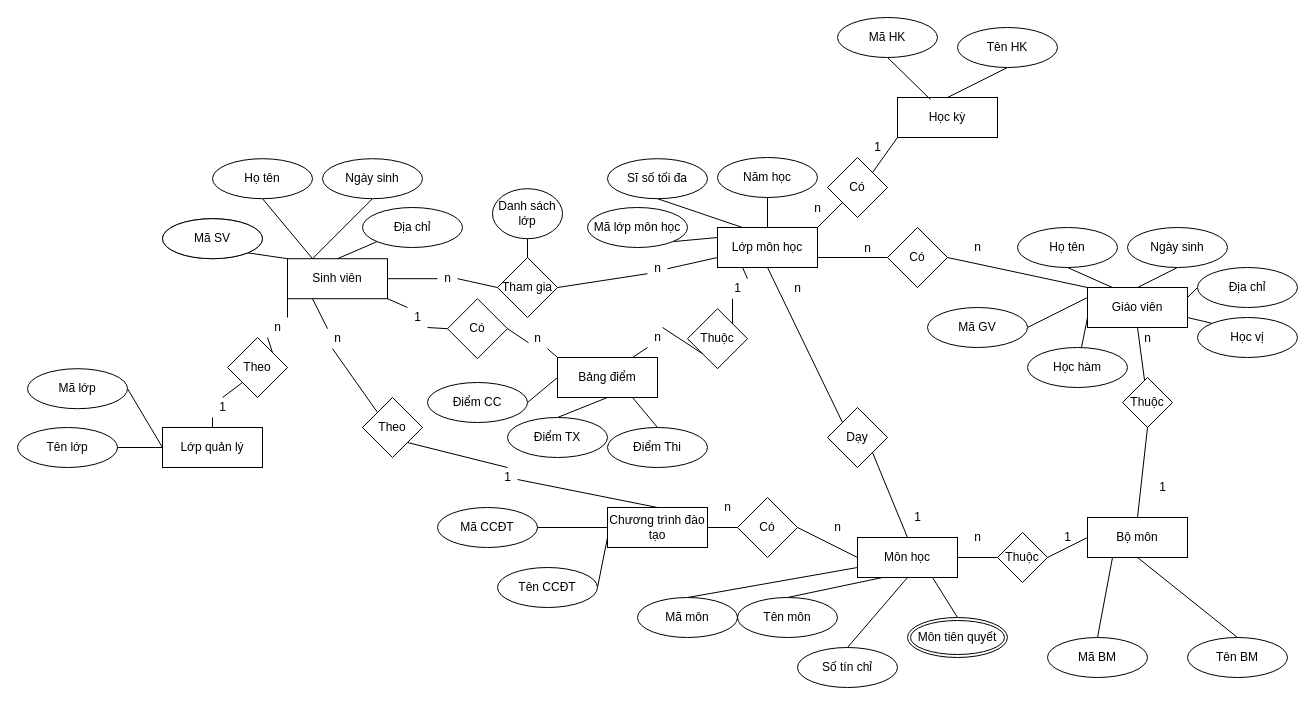
Earlier version of the draw.io diagram page "Page-1" (1 of 4) of ER-RE.drawio (VuDucNamvdn/NamSDL). Source tidied: cells renumbered, new cells numbered last; positions are measured from the earlier drawing's top-left corner, leaving out a move shared by most shapes. Both pictures are drawn from the tidied source at 100%, with x=0, y=0 at pixel (17, 17).
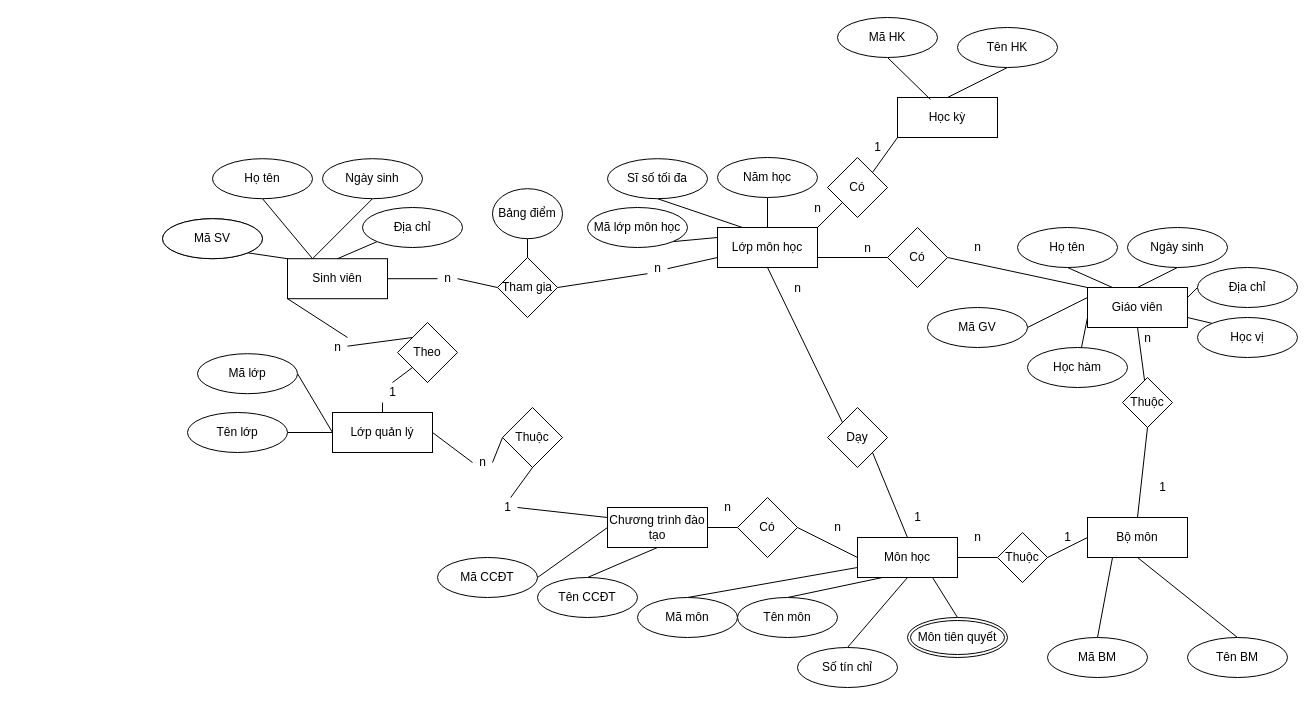
Above is the later version.

The change refers to these unchanged cells:
```xml
<mxCell id="5" value="Sinh viên" style="whiteSpace=wrap;html=1;align=center;" parent="1" vertex="1">
  <mxGeometry x="270" y="241.2" width="100" height="40" as="geometry" />
</mxCell>
<mxCell id="29" value="Chương trình đào tạo" style="whiteSpace=wrap;html=1;align=center;" parent="1" vertex="1">
  <mxGeometry x="590" y="490" width="100" height="40" as="geometry" />
</mxCell>
<mxCell id="61" value="Lớp môn học" style="whiteSpace=wrap;html=1;align=center;" parent="1" vertex="1">
  <mxGeometry x="700" y="210" width="100" height="40" as="geometry" />
</mxCell>
```

What changed in the source:
```diff
@@
-    <mxCell id="2" style="edgeStyle=none;rounded=0;jettySize=auto;html=1;exitX=0.25;exitY=1;exitDx=0;exitDy=0;endArrow=none;endFill=0;entryX=0;entryY=0;entryDx=0;entryDy=0;startArrow=none;" parent="1" edge="1" source="99" target="36">
-      <mxGeometry relative="1" as="geometry" />
-    </mxCell>
@@
-    <mxCell id="4" style="edgeStyle=none;rounded=0;jettySize=auto;html=1;exitX=0;exitY=1;exitDx=0;exitDy=0;entryX=1;entryY=0;entryDx=0;entryDy=0;endArrow=none;endFill=0;startArrow=none;" parent="1" edge="1" source="131" target="130">
+    <mxCell id="4" style="edgeStyle=none;rounded=0;jettySize=auto;html=1;entryX=0;entryY=0;entryDx=0;entryDy=0;endArrow=none;endFill=0;startArrow=none;" parent="1" edge="1" source="131" target="130">
       <mxGeometry relative="1" as="geometry" />
     </mxCell>
@@
-    <mxCell id="31" style="edgeStyle=none;rounded=0;jettySize=auto;html=1;exitX=1;exitY=0.5;exitDx=0;exitDy=0;endArrow=none;endFill=0;entryX=0;entryY=0.75;entryDx=0;entryDy=0;" parent="1" edge="1" source="32" target="29">
+    <mxCell id="31" style="edgeStyle=none;rounded=0;jettySize=auto;html=1;exitX=0.5;exitY=0;exitDx=0;exitDy=0;entryX=0.5;entryY=1;entryDx=0;entryDy=0;endArrow=none;endFill=0;" parent="1" edge="1" source="32" target="29">
       <mxGeometry relative="1" as="geometry" />
     </mxCell>
     <mxCell id="32" value="Tên CCĐT" style="ellipse;whiteSpace=wrap;html=1;align=center;fontStyle=0;" parent="1" vertex="1">
-      <mxGeometry x="480" y="550" width="100" height="40" as="geometry" />
+      <mxGeometry x="520" y="560" width="100" height="40" as="geometry" />
     </mxCell>
@@
     <mxCell id="34" value="&lt;div&gt;Mã CCĐT&lt;br&gt;&lt;/div&gt;" style="ellipse;whiteSpace=wrap;html=1;align=center;" parent="1" vertex="1">
-      <mxGeometry x="420" y="490" width="100" height="40" as="geometry" />
+      <mxGeometry x="420" y="540" width="100" height="40" as="geometry" />
     </mxCell>
-    <mxCell id="35" style="edgeStyle=none;rounded=0;jettySize=auto;html=1;entryX=0.5;entryY=0;entryDx=0;entryDy=0;endArrow=none;endFill=0;startArrow=none;" parent="1" edge="1" source="101" target="29">
-      <mxGeometry relative="1" as="geometry" />
-    </mxCell>
-    <mxCell id="36" value="Theo" style="shape=rhombus;perimeter=rhombusPerimeter;whiteSpace=wrap;html=1;align=center;" parent="1" vertex="1">
-      <mxGeometry x="345" y="380" width="60" height="60" as="geometry" />
-    </mxCell>
@@
-    <mxCell id="94" value="Danh sách lớp" style="ellipse;whiteSpace=wrap;html=1;" parent="1" vertex="1">
+    <mxCell id="94" value="Bảng điểm" style="ellipse;whiteSpace=wrap;html=1;" parent="1" vertex="1">
       <mxGeometry x="475" y="171.2" width="70" height="50" as="geometry" />
     </mxCell>
@@
-    <mxCell id="99" value="n" style="text;html=1;align=center;verticalAlign=middle;points=[];strokeColor=none;" parent="1" vertex="1">
-      <mxGeometry x="310" y="311.2" width="20" height="20" as="geometry" />
-    </mxCell>
-    <mxCell id="100" style="edgeStyle=none;rounded=0;jettySize=auto;html=1;exitX=0.25;exitY=1;exitDx=0;exitDy=0;endArrow=none;endFill=0;entryX=0;entryY=0;entryDx=0;entryDy=0;" parent="1" edge="1" source="5" target="99">
-      <mxGeometry relative="1" as="geometry" />
-    </mxCell>
-    <mxCell id="101" value="1" style="text;html=1;align=center;verticalAlign=middle;points=[];strokeColor=none;" parent="1" vertex="1">
-      <mxGeometry x="480" y="450" width="20" height="20" as="geometry" />
-    </mxCell>
-    <mxCell id="102" style="edgeStyle=none;rounded=0;jettySize=auto;html=1;exitX=1;exitY=1;exitDx=0;exitDy=0;entryX=0.5;entryY=0;entryDx=0;entryDy=0;endArrow=none;endFill=0;" parent="1" edge="1" source="36" target="101">
-      <mxGeometry relative="1" as="geometry" />
-    </mxCell>
-    <mxCell id="103" style="edgeStyle=none;rounded=0;jettySize=auto;html=1;exitX=0.75;exitY=0;exitDx=0;exitDy=0;entryX=0;entryY=1;entryDx=0;entryDy=0;endArrow=none;endFill=0;startArrow=none;" parent="1" edge="1" source="120" target="119">
-      <mxGeometry relative="1" as="geometry" />
-    </mxCell>
-    <mxCell id="104" value="&lt;div&gt;Bảng điểm&lt;/div&gt;" style="whiteSpace=wrap;html=1;align=center;" parent="1" vertex="1">
-      <mxGeometry x="540" y="340" width="100" height="40" as="geometry" />
-    </mxCell>
-    <mxCell id="105" style="edgeStyle=none;rounded=0;jettySize=auto;html=1;exitX=1;exitY=0.5;exitDx=0;exitDy=0;entryX=0;entryY=0.5;entryDx=0;entryDy=0;endArrow=none;endFill=0;" parent="1" edge="1" source="106" target="104">
-      <mxGeometry relative="1" as="geometry" />
-    </mxCell>
-    <mxCell id="106" value="Điểm CC" style="ellipse;whiteSpace=wrap;html=1;align=center;fontStyle=0;" parent="1" vertex="1">
-      <mxGeometry x="410" y="365" width="100" height="40" as="geometry" />
-    </mxCell>
-    <mxCell id="107" style="rounded=0;jettySize=auto;html=1;exitX=0.5;exitY=0;exitDx=0;exitDy=0;entryX=0.5;entryY=1;entryDx=0;entryDy=0;endArrow=none;endFill=0;" parent="1" edge="1" source="108" target="104">
-      <mxGeometry relative="1" as="geometry" />
-    </mxCell>
-    <mxCell id="108" value="Điểm TX" style="ellipse;whiteSpace=wrap;html=1;align=center;fontStyle=0;" parent="1" vertex="1">
-      <mxGeometry x="490" y="400" width="100" height="40" as="geometry" />
-    </mxCell>
-    <mxCell id="109" style="rounded=0;jettySize=auto;html=1;exitX=0.5;exitY=0;exitDx=0;exitDy=0;entryX=0.75;entryY=1;entryDx=0;entryDy=0;endArrow=none;endFill=0;" parent="1" edge="1" source="110" target="104">
-      <mxGeometry relative="1" as="geometry" />
-    </mxCell>
-    <mxCell id="110" value="Điểm Thi" style="ellipse;whiteSpace=wrap;html=1;align=center;fontStyle=0;" parent="1" vertex="1">
-      <mxGeometry x="590" y="410" width="100" height="40" as="geometry" />
-    </mxCell>
-    <mxCell id="111" style="edgeStyle=none;rounded=0;jettySize=auto;html=1;exitX=1;exitY=1;exitDx=0;exitDy=0;entryX=0;entryY=0;entryDx=0;entryDy=0;endArrow=none;endFill=0;startArrow=none;" parent="1" edge="1" source="116" target="104">
-      <mxGeometry relative="1" as="geometry" />
-    </mxCell>
-    <mxCell id="112" style="edgeStyle=none;rounded=0;jettySize=auto;html=1;exitX=0;exitY=0;exitDx=0;exitDy=0;entryX=1;entryY=1;entryDx=0;entryDy=0;endArrow=none;endFill=0;startArrow=none;" parent="1" edge="1" source="114" target="5">
-      <mxGeometry relative="1" as="geometry" />
-    </mxCell>
-    <mxCell id="113" value="Có" style="shape=rhombus;perimeter=rhombusPerimeter;whiteSpace=wrap;html=1;align=center;" parent="1" vertex="1">
-      <mxGeometry x="430" y="281.2" width="60" height="60" as="geometry" />
-    </mxCell>
-    <mxCell id="114" value="1" style="text;html=1;align=center;verticalAlign=middle;points=[];strokeColor=none;" parent="1" vertex="1">
-      <mxGeometry x="390" y="290" width="20" height="20" as="geometry" />
-    </mxCell>
-    <mxCell id="115" style="edgeStyle=none;rounded=0;jettySize=auto;html=1;exitX=0;exitY=0.5;exitDx=0;exitDy=0;entryX=1;entryY=1;entryDx=0;entryDy=0;endArrow=none;endFill=0;" parent="1" edge="1" source="113" target="114">
-      <mxGeometry relative="1" as="geometry" />
-    </mxCell>
-    <mxCell id="116" value="n" style="text;html=1;align=center;verticalAlign=middle;points=[];strokeColor=none;" parent="1" vertex="1">
-      <mxGeometry x="510" y="311.2" width="20" height="20" as="geometry" />
-    </mxCell>
-    <mxCell id="117" style="edgeStyle=none;rounded=0;jettySize=auto;html=1;exitX=1;exitY=0.5;exitDx=0;exitDy=0;entryX=0.05;entryY=0.7;entryDx=0;entryDy=0;endArrow=none;endFill=0;entryPerimeter=0;" parent="1" edge="1" source="113" target="116">
-      <mxGeometry relative="1" as="geometry" />
-    </mxCell>
-    <mxCell id="118" style="edgeStyle=none;rounded=0;jettySize=auto;html=1;exitX=1;exitY=0;exitDx=0;exitDy=0;entryX=0.25;entryY=1;entryDx=0;entryDy=0;endArrow=none;endFill=0;startArrow=none;" parent="1" edge="1" source="122" target="61">
-      <mxGeometry relative="1" as="geometry" />
-    </mxCell>
-    <mxCell id="119" value="Thuộc" style="shape=rhombus;perimeter=rhombusPerimeter;whiteSpace=wrap;html=1;align=center;" parent="1" vertex="1">
-      <mxGeometry x="670" y="291.2" width="60" height="60" as="geometry" />
-    </mxCell>
-    <mxCell id="120" value="n" style="text;html=1;align=center;verticalAlign=middle;points=[];strokeColor=none;" parent="1" vertex="1">
-      <mxGeometry x="630" y="310" width="20" height="20" as="geometry" />
-    </mxCell>
-    <mxCell id="121" style="edgeStyle=none;rounded=0;jettySize=auto;html=1;exitX=0.75;exitY=0;exitDx=0;exitDy=0;entryX=0;entryY=1;entryDx=0;entryDy=0;endArrow=none;endFill=0;" parent="1" edge="1" source="104" target="120">
-      <mxGeometry relative="1" as="geometry" />
-    </mxCell>
-    <mxCell id="122" value="1" style="text;html=1;align=center;verticalAlign=middle;points=[];strokeColor=none;" parent="1" vertex="1">
-      <mxGeometry x="710" y="261.2" width="20" height="20" as="geometry" />
-    </mxCell>
-    <mxCell id="123" style="edgeStyle=none;rounded=0;jettySize=auto;html=1;exitX=1;exitY=0;exitDx=0;exitDy=0;entryX=0.25;entryY=1;entryDx=0;entryDy=0;endArrow=none;endFill=0;" parent="1" edge="1" source="119" target="122">
-      <mxGeometry relative="1" as="geometry" />
-    </mxCell>
@@
     <mxCell id="125" value="Lớp quản lý" style="whiteSpace=wrap;html=1;align=center;" parent="1" vertex="1">
-      <mxGeometry x="145" y="410" width="100" height="40" as="geometry" />
+      <mxGeometry x="315" y="395" width="100" height="40" as="geometry" />
     </mxCell>
@@
     <mxCell id="127" value="Mã lớp" style="ellipse;whiteSpace=wrap;html=1;align=center;" parent="1" vertex="1">
-      <mxGeometry x="10" y="351.2" width="100" height="40" as="geometry" />
+      <mxGeometry x="180" y="336.2" width="100" height="40" as="geometry" />
     </mxCell>
@@
     <mxCell id="129" value="Tên lớp" style="ellipse;whiteSpace=wrap;html=1;align=center;" parent="1" vertex="1">
-      <mxGeometry y="410" width="100" height="40" as="geometry" />
+      <mxGeometry x="170" y="395" width="100" height="40" as="geometry" />
     </mxCell>
     <mxCell id="130" value="Theo" style="shape=rhombus;perimeter=rhombusPerimeter;whiteSpace=wrap;html=1;align=center;" parent="1" vertex="1">
-      <mxGeometry x="210" y="320" width="60" height="60" as="geometry" />
+      <mxGeometry x="380" y="305" width="60" height="60" as="geometry" />
     </mxCell>
     <mxCell id="131" value="n" style="text;html=1;align=center;verticalAlign=middle;points=[];strokeColor=none;" parent="1" vertex="1">
-      <mxGeometry x="250" y="300" width="20" height="20" as="geometry" />
+      <mxGeometry x="310" y="320" width="20" height="20" as="geometry" />
     </mxCell>
@@
     <mxCell id="133" value="1" style="text;html=1;align=center;verticalAlign=middle;points=[];strokeColor=none;" parent="1" vertex="1">
-      <mxGeometry x="195" y="380" width="20" height="20" as="geometry" />
+      <mxGeometry x="365" y="365" width="20" height="20" as="geometry" />
     </mxCell>
@@
+    <mxCell id="135" style="edgeStyle=none;rounded=0;jettySize=auto;html=1;exitX=1;exitY=0.5;exitDx=0;exitDy=0;entryX=0;entryY=0.25;entryDx=0;entryDy=0;endArrow=none;endFill=0;startArrow=none;" parent="1" edge="1" source="140" target="29">
+      <mxGeometry relative="1" as="geometry" />
+    </mxCell>
+    <mxCell id="136" style="edgeStyle=none;rounded=0;jettySize=auto;html=1;exitX=0;exitY=0.5;exitDx=0;exitDy=0;entryX=1;entryY=0.5;entryDx=0;entryDy=0;endArrow=none;endFill=0;startArrow=none;" parent="1" edge="1" source="138" target="125">
+      <mxGeometry relative="1" as="geometry" />
+    </mxCell>
+    <mxCell id="137" style="edgeStyle=none;rounded=0;jettySize=auto;html=1;exitX=0.5;exitY=1;exitDx=0;exitDy=0;entryX=0.657;entryY=0.007;entryDx=0;entryDy=0;entryPerimeter=0;startArrow=none;startFill=0;endArrow=none;endFill=0;" parent="1" edge="1" source="119" target="140">
+      <mxGeometry relative="1" as="geometry" />
+    </mxCell>
+    <mxCell id="119" value="Thuộc" style="shape=rhombus;perimeter=rhombusPerimeter;whiteSpace=wrap;html=1;align=center;" parent="1" vertex="1">
+      <mxGeometry x="485" y="390" width="60" height="60" as="geometry" />
+    </mxCell>
+    <mxCell id="138" value="n" style="text;html=1;align=center;verticalAlign=middle;points=[];strokeColor=none;" parent="1" vertex="1">
+      <mxGeometry x="455" y="435" width="20" height="20" as="geometry" />
+    </mxCell>
+    <mxCell id="139" style="edgeStyle=none;rounded=0;jettySize=auto;html=1;exitX=0;exitY=0.5;exitDx=0;exitDy=0;entryX=1;entryY=0.5;entryDx=0;entryDy=0;endArrow=none;endFill=0;" parent="1" edge="1" source="119" target="138">
+      <mxGeometry relative="1" as="geometry" />
+    </mxCell>
+    <mxCell id="140" value="1" style="text;html=1;align=center;verticalAlign=middle;points=[];strokeColor=none;" parent="1" vertex="1">
+      <mxGeometry x="480" y="480" width="20" height="20" as="geometry" />
+    </mxCell>
```
